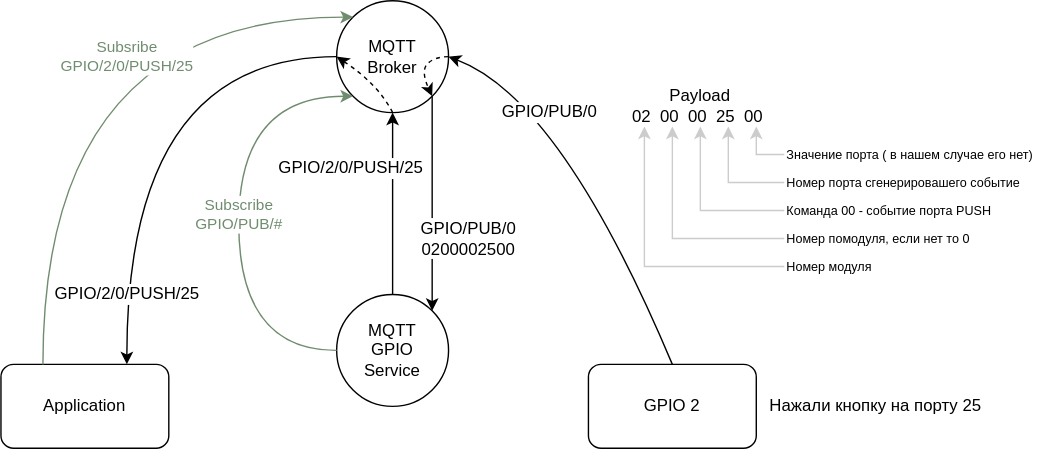
The draw.io diagram docs/light/gpio/mqtt_messages_event.svg in atitoff/CSH4, before a commit. Source tidied: cells renumbered, new cells last; positions are measured from the earlier drawing's top-left corner, leaving out a move shared by most shapes. The source it was exported from:
```xml
<mxGraphModel>
  <root>
    <mxCell id="0" />
    <mxCell id="1" parent="0" />
    <mxCell id="2" value="MQTT&lt;br&gt;Broker" style="ellipse;whiteSpace=wrap;html=1;" parent="1" vertex="1">
      <mxGeometry x="240" width="80" height="80" as="geometry" />
    </mxCell>
    <mxCell id="3" value="GPIO 2" style="rounded=1;whiteSpace=wrap;html=1;" parent="1" vertex="1">
      <mxGeometry x="420" y="260" width="120" height="60" as="geometry" />
    </mxCell>
    <mxCell id="4" value="Application" style="rounded=1;whiteSpace=wrap;html=1;" parent="1" vertex="1">
      <mxGeometry y="260" width="120" height="60" as="geometry" />
    </mxCell>
    <mxCell id="5" value="&lt;font style=&quot;font-size: 11px;&quot;&gt;&lt;font color=&quot;#708c6f&quot;&gt;Subsribe&lt;br&gt;&lt;/font&gt;&lt;span style=&quot;text-align: start;&quot;&gt;&lt;font color=&quot;#708c6f&quot;&gt;GPIO/2/0/PUSH/25&lt;/font&gt;&lt;br&gt;&lt;/span&gt;&lt;/font&gt;" style="endArrow=classic;html=1;rounded=0;edgeStyle=orthogonalEdgeStyle;curved=1;entryX=0;entryY=0;entryDx=0;entryDy=0;strokeColor=#708c6f;exitX=0.25;exitY=0;exitDx=0;exitDy=0;" parent="1" edge="1" source="4" target="2">
      <mxGeometry x="0.31" y="-28" relative="1" as="geometry">
        <Array as="points">
          <mxPoint x="30" y="12" />
        </Array>
      </mxGeometry>
    </mxCell>
    <mxCell id="6" style="edgeStyle=orthogonalEdgeStyle;rounded=0;jettySize=auto;html=1;exitX=0.5;exitY=0;exitDx=0;exitDy=0;entryX=0.5;entryY=1;entryDx=0;entryDy=0;fontSize=12;strokeColor=#000000;" parent="1" edge="1" source="8" target="2">
      <mxGeometry relative="1" as="geometry" />
    </mxCell>
    <mxCell id="7" value="GPIO/2/0/PUSH/25" style="edgeLabel;html=1;align=center;verticalAlign=middle;fontSize=12;fontFamily=Helvetica;" parent="6" vertex="1">
      <mxGeometry x="0.35" y="1" relative="1" as="geometry">
        <mxPoint x="-29" y="-2" as="offset" />
      </mxGeometry>
    </mxCell>
    <mxCell id="8" value="MQTT&lt;br&gt;GPIO&lt;br&gt;Service" style="ellipse;whiteSpace=wrap;html=1;" parent="1" vertex="1">
      <mxGeometry x="240" y="210" width="80" height="80" as="geometry" />
    </mxCell>
    <mxCell id="9" value="&lt;font color=&quot;#708c6f&quot;&gt;Subscribe&lt;br&gt;GPIO/PUB/#&lt;/font&gt;" style="endArrow=classic;html=1;rounded=0;curved=1;strokeColor=#708c6f;exitX=0;exitY=0.5;exitDx=0;exitDy=0;edgeStyle=orthogonalEdgeStyle;entryX=0;entryY=1;entryDx=0;entryDy=0;" parent="1" edge="1" source="8" target="2">
      <mxGeometry relative="1" as="geometry">
        <Array as="points">
          <mxPoint x="170" y="250" />
          <mxPoint x="170" y="68" />
        </Array>
      </mxGeometry>
    </mxCell>
    <mxCell id="10" style="endArrow=classic;html=1;rounded=0;strokeColor=#000000;curved=1;exitX=0.5;exitY=0;exitDx=0;exitDy=0;entryX=1;entryY=0.5;entryDx=0;entryDy=0;" parent="1" edge="1" source="3" target="2">
      <mxGeometry relative="1" as="geometry">
        <Array as="points">
          <mxPoint x="400" y="70" />
        </Array>
      </mxGeometry>
    </mxCell>
    <mxCell id="11" value="GPIO/PUB/0&lt;br style=&quot;font-size: 12px;&quot;&gt;" style="edgeLabel;html=1;align=center;verticalAlign=middle;fontSize=12;" parent="10" vertex="1">
      <mxGeometry x="-0.07" relative="1" as="geometry">
        <mxPoint x="-36" y="-55" as="offset" />
      </mxGeometry>
    </mxCell>
    <mxCell id="12" value="Payload&lt;br&gt;02&amp;nbsp; 00&amp;nbsp; 00&amp;nbsp; 25&amp;nbsp; 00&amp;nbsp;" style="text;html=1;strokeColor=none;fillColor=none;align=center;verticalAlign=middle;whiteSpace=wrap;rounded=0;" parent="1" vertex="1">
      <mxGeometry x="450" y="60" width="100" height="30" as="geometry" />
    </mxCell>
    <mxCell id="13" style="endArrow=classic;html=1;rounded=0;strokeColor=#CCCCCC;entryX=0.9;entryY=1;entryDx=0;entryDy=0;entryPerimeter=0;edgeStyle=orthogonalEdgeStyle;" parent="1" edge="1" target="12">
      <mxGeometry relative="1" as="geometry">
        <mxPoint x="560" y="110" as="sourcePoint" />
      </mxGeometry>
    </mxCell>
    <mxCell id="14" style="endArrow=classic;html=1;rounded=0;strokeColor=#CCCCCC;entryX=0.7;entryY=1;entryDx=0;entryDy=0;entryPerimeter=0;edgeStyle=orthogonalEdgeStyle;" parent="1" edge="1" target="12">
      <mxGeometry relative="1" as="geometry">
        <mxPoint x="560" y="130" as="sourcePoint" />
        <Array as="points">
          <mxPoint x="520" y="130" />
        </Array>
      </mxGeometry>
    </mxCell>
    <mxCell id="15" style="endArrow=classic;html=1;rounded=0;strokeColor=#CCCCCC;entryX=0.7;entryY=1;entryDx=0;entryDy=0;entryPerimeter=0;edgeStyle=orthogonalEdgeStyle;" parent="1" edge="1">
      <mxGeometry relative="1" as="geometry">
        <mxPoint x="560" y="150" as="sourcePoint" />
        <mxPoint x="500" y="90" as="targetPoint" />
        <Array as="points">
          <mxPoint x="560" y="150" />
          <mxPoint x="500" y="150" />
        </Array>
      </mxGeometry>
    </mxCell>
    <mxCell id="16" style="endArrow=classic;html=1;rounded=0;strokeColor=#CCCCCC;entryX=0.7;entryY=1;entryDx=0;entryDy=0;entryPerimeter=0;edgeStyle=orthogonalEdgeStyle;" parent="1" edge="1">
      <mxGeometry relative="1" as="geometry">
        <mxPoint x="560" y="170" as="sourcePoint" />
        <mxPoint x="480" y="90" as="targetPoint" />
        <Array as="points">
          <mxPoint x="480" y="170" />
        </Array>
      </mxGeometry>
    </mxCell>
    <mxCell id="17" style="endArrow=classic;html=1;rounded=0;strokeColor=#CCCCCC;entryX=0.7;entryY=1;entryDx=0;entryDy=0;entryPerimeter=0;edgeStyle=orthogonalEdgeStyle;" parent="1" edge="1">
      <mxGeometry relative="1" as="geometry">
        <mxPoint x="560" y="190" as="sourcePoint" />
        <mxPoint x="460" y="90" as="targetPoint" />
        <Array as="points">
          <mxPoint x="540" y="190" />
          <mxPoint x="460" y="190" />
        </Array>
      </mxGeometry>
    </mxCell>
    <mxCell id="18" value="&lt;font style=&quot;font-size: 9px;&quot;&gt;Номер модуля&lt;/font&gt;" style="rounded=0;whiteSpace=wrap;html=1;fontSize=10;fillColor=none;strokeColor=none;align=left;" parent="1" vertex="1">
      <mxGeometry x="560" y="180" width="120" height="20" as="geometry" />
    </mxCell>
    <mxCell id="19" value="&lt;font style=&quot;font-size: 9px;&quot;&gt;Номер помодуля, если нет то 0&lt;/font&gt;" style="rounded=0;whiteSpace=wrap;html=1;fontSize=10;fillColor=none;strokeColor=none;align=left;" parent="1" vertex="1">
      <mxGeometry x="560" y="160" width="150" height="20" as="geometry" />
    </mxCell>
    <mxCell id="20" value="&lt;font style=&quot;font-size: 9px;&quot;&gt;Команда 00 - событие порта PUSH&lt;/font&gt;" style="rounded=0;whiteSpace=wrap;html=1;fontSize=10;fillColor=none;strokeColor=none;align=left;" parent="1" vertex="1">
      <mxGeometry x="560" y="140" width="160" height="20" as="geometry" />
    </mxCell>
    <mxCell id="21" value="&lt;font style=&quot;font-size: 9px;&quot;&gt;Номер порта сгенерировашего событие&lt;/font&gt;" style="rounded=0;whiteSpace=wrap;html=1;fontSize=10;fillColor=none;strokeColor=none;align=left;" parent="1" vertex="1">
      <mxGeometry x="560" y="120" width="170" height="20" as="geometry" />
    </mxCell>
    <mxCell id="22" value="&lt;font style=&quot;font-size: 9px;&quot;&gt;Значение порта ( в нашем случае его нет)&lt;/font&gt;" style="rounded=0;whiteSpace=wrap;html=1;fontSize=10;fillColor=none;strokeColor=none;align=left;" parent="1" vertex="1">
      <mxGeometry x="560" y="100" width="180" height="20" as="geometry" />
    </mxCell>
    <mxCell id="23" value="Нажали кнопку на порту 25" style="text;html=1;align=center;verticalAlign=middle;strokeColor=none;fillColor=none;fontSize=12;" parent="1" vertex="1">
      <mxGeometry x="540" y="275" width="170" height="30" as="geometry" />
    </mxCell>
    <mxCell id="24" style="endArrow=classic;html=1;rounded=0;fontSize=12;strokeColor=#000000;exitX=1;exitY=1;exitDx=0;exitDy=0;entryX=1;entryY=0;entryDx=0;entryDy=0;" parent="1" edge="1" source="2" target="8">
      <mxGeometry relative="1" as="geometry" />
    </mxCell>
    <mxCell id="25" value="&lt;span style=&quot;background-color: rgb(255, 255, 255);&quot;&gt;GPIO/PUB/0&lt;br style=&quot;&quot;&gt;0200002500&lt;/span&gt;" style="edgeLabel;html=1;align=center;verticalAlign=middle;fontSize=12;fontFamily=Helvetica;" parent="24" vertex="1">
      <mxGeometry x="0.37" relative="1" as="geometry">
        <mxPoint x="26" y="-3" as="offset" />
      </mxGeometry>
    </mxCell>
    <mxCell id="26" style="endArrow=classic;html=1;rounded=0;labelBackgroundColor=none;fontFamily=Helvetica;fontSize=11;strokeColor=#000000;exitX=0;exitY=0.5;exitDx=0;exitDy=0;entryX=0.75;entryY=0;entryDx=0;entryDy=0;edgeStyle=orthogonalEdgeStyle;curved=1;" parent="1" edge="1" source="2" target="4">
      <mxGeometry relative="1" as="geometry" />
    </mxCell>
    <mxCell id="27" value="&lt;span style=&quot;font-size: 12px;&quot;&gt;GPIO/2/0/PUSH/25&lt;/span&gt;" style="edgeLabel;html=1;align=center;verticalAlign=middle;" parent="26" vertex="1">
      <mxGeometry x="0.28" y="18" relative="1" as="geometry">
        <mxPoint x="-18" y="82" as="offset" />
      </mxGeometry>
    </mxCell>
    <mxCell id="28" style="curved=1;endArrow=classic;html=1;rounded=0;entryX=1;entryY=1;entryDx=0;entryDy=0;dashed=1;" parent="1" edge="1" target="2">
      <mxGeometry relative="1" as="geometry">
        <mxPoint x="320" y="40" as="sourcePoint" />
        <Array as="points">
          <mxPoint x="310" y="40" />
          <mxPoint x="300" y="50" />
        </Array>
      </mxGeometry>
    </mxCell>
    <mxCell id="29" style="endArrow=classic;html=1;rounded=0;dashed=1;entryX=0;entryY=0.5;entryDx=0;entryDy=0;exitX=0.5;exitY=1;exitDx=0;exitDy=0;edgeStyle=orthogonalEdgeStyle;curved=1;" parent="1" edge="1" source="2" target="2">
      <mxGeometry relative="1" as="geometry">
        <Array as="points">
          <mxPoint x="270" y="60" />
        </Array>
      </mxGeometry>
    </mxCell>
  </root>
</mxGraphModel>
```
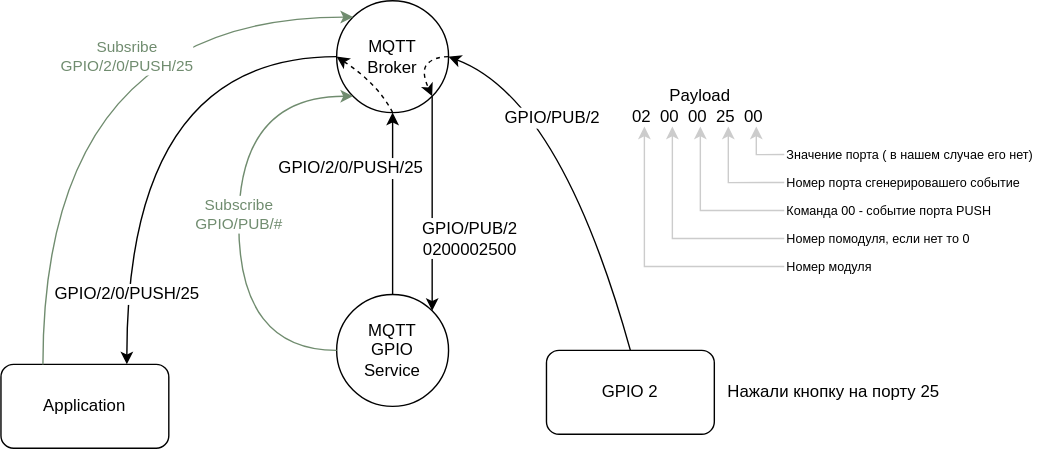
After the commit.

Change to the diagram source:
```diff
@@ -6,7 +6,7 @@
       <mxGeometry x="240" width="80" height="80" as="geometry" />
     </mxCell>
     <mxCell id="3" value="GPIO 2" style="rounded=1;whiteSpace=wrap;html=1;" parent="1" vertex="1">
-      <mxGeometry x="420" y="260" width="120" height="60" as="geometry" />
+      <mxGeometry x="390" y="250" width="120" height="60" as="geometry" />
     </mxCell>
     <mxCell id="4" value="Application" style="rounded=1;whiteSpace=wrap;html=1;" parent="1" vertex="1">
       <mxGeometry y="260" width="120" height="60" as="geometry" />
@@ -44,9 +44,9 @@
         </Array>
       </mxGeometry>
     </mxCell>
-    <mxCell id="11" value="GPIO/PUB/0&lt;br style=&quot;font-size: 12px;&quot;&gt;" style="edgeLabel;html=1;align=center;verticalAlign=middle;fontSize=12;" parent="10" vertex="1">
+    <mxCell id="11" value="GPIO/PUB/2" style="edgeLabel;html=1;align=center;verticalAlign=middle;fontSize=12;" parent="10" vertex="1">
       <mxGeometry x="-0.07" relative="1" as="geometry">
-        <mxPoint x="-36" y="-55" as="offset" />
+        <mxPoint x="-22" y="-45" as="offset" />
       </mxGeometry>
     </mxCell>
     <mxCell id="12" value="Payload&lt;br&gt;02&amp;nbsp; 00&amp;nbsp; 00&amp;nbsp; 25&amp;nbsp; 00&amp;nbsp;" style="text;html=1;strokeColor=none;fillColor=none;align=center;verticalAlign=middle;whiteSpace=wrap;rounded=0;" parent="1" vertex="1">
@@ -110,12 +110,12 @@
       <mxGeometry x="560" y="100" width="180" height="20" as="geometry" />
     </mxCell>
     <mxCell id="23" value="Нажали кнопку на порту 25" style="text;html=1;align=center;verticalAlign=middle;strokeColor=none;fillColor=none;fontSize=12;" parent="1" vertex="1">
-      <mxGeometry x="540" y="275" width="170" height="30" as="geometry" />
+      <mxGeometry x="510" y="265" width="170" height="30" as="geometry" />
     </mxCell>
     <mxCell id="24" style="endArrow=classic;html=1;rounded=0;fontSize=12;strokeColor=#000000;exitX=1;exitY=1;exitDx=0;exitDy=0;entryX=1;entryY=0;entryDx=0;entryDy=0;" parent="1" edge="1" source="2" target="8">
       <mxGeometry relative="1" as="geometry" />
     </mxCell>
-    <mxCell id="25" value="&lt;span style=&quot;background-color: rgb(255, 255, 255);&quot;&gt;GPIO/PUB/0&lt;br style=&quot;&quot;&gt;0200002500&lt;/span&gt;" style="edgeLabel;html=1;align=center;verticalAlign=middle;fontSize=12;fontFamily=Helvetica;" parent="24" vertex="1">
+    <mxCell id="25" value="&lt;span style=&quot;background-color: rgb(255, 255, 255);&quot;&gt;GPIO/PUB/2&lt;br style=&quot;&quot;&gt;0200002500&lt;/span&gt;" style="edgeLabel;html=1;align=center;verticalAlign=middle;fontSize=12;fontFamily=Helvetica;" parent="24" vertex="1">
       <mxGeometry x="0.37" relative="1" as="geometry">
         <mxPoint x="26" y="-3" as="offset" />
       </mxGeometry>
```
